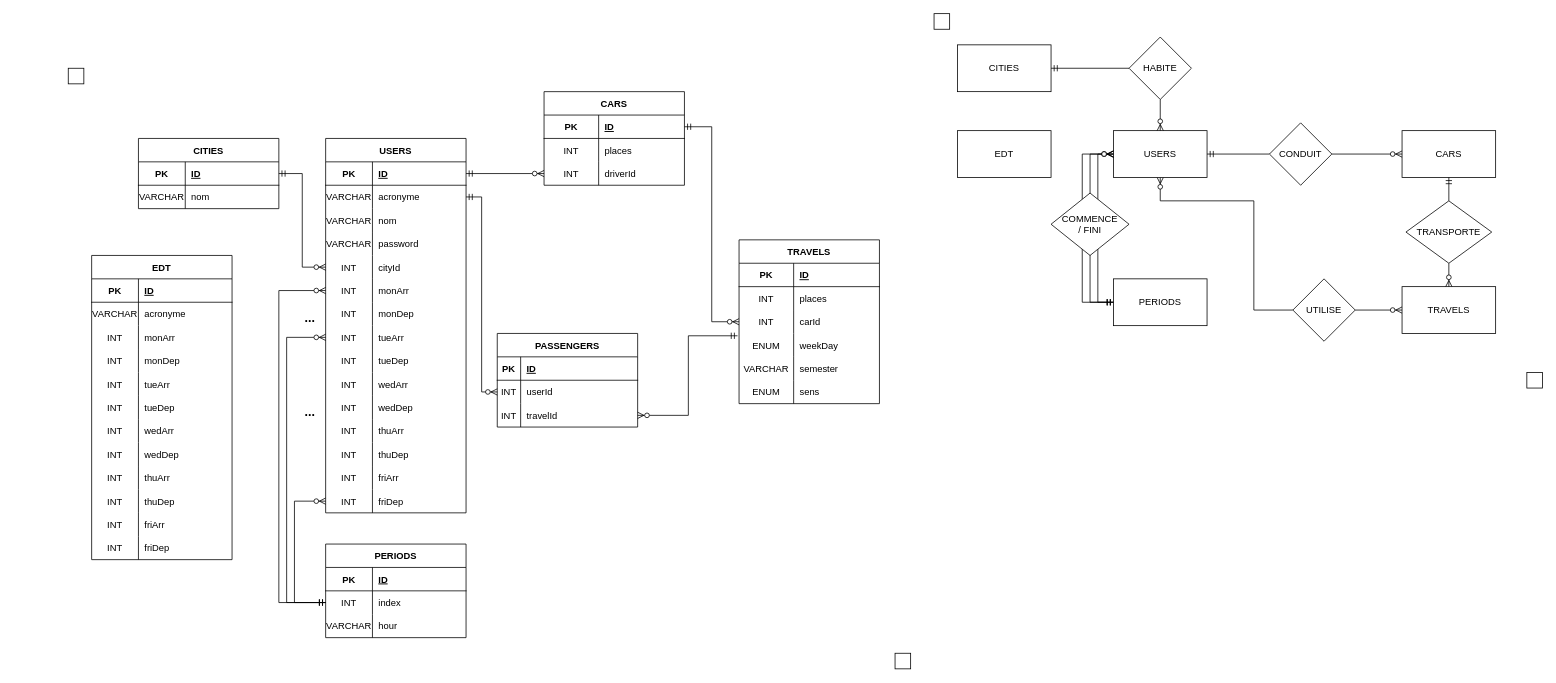
This is Documents/mld.drawio from Jerome-JJT/CPNVoiturage, a draw.io file, before an edit. Source tidied: cells renumbered, new cells numbered last; positions are measured from the earlier drawing's top-left corner, leaving out a move shared by most shapes. Both pictures are drawn from the tidied source at 78%, with x=0, y=0 at pixel (68, 13).
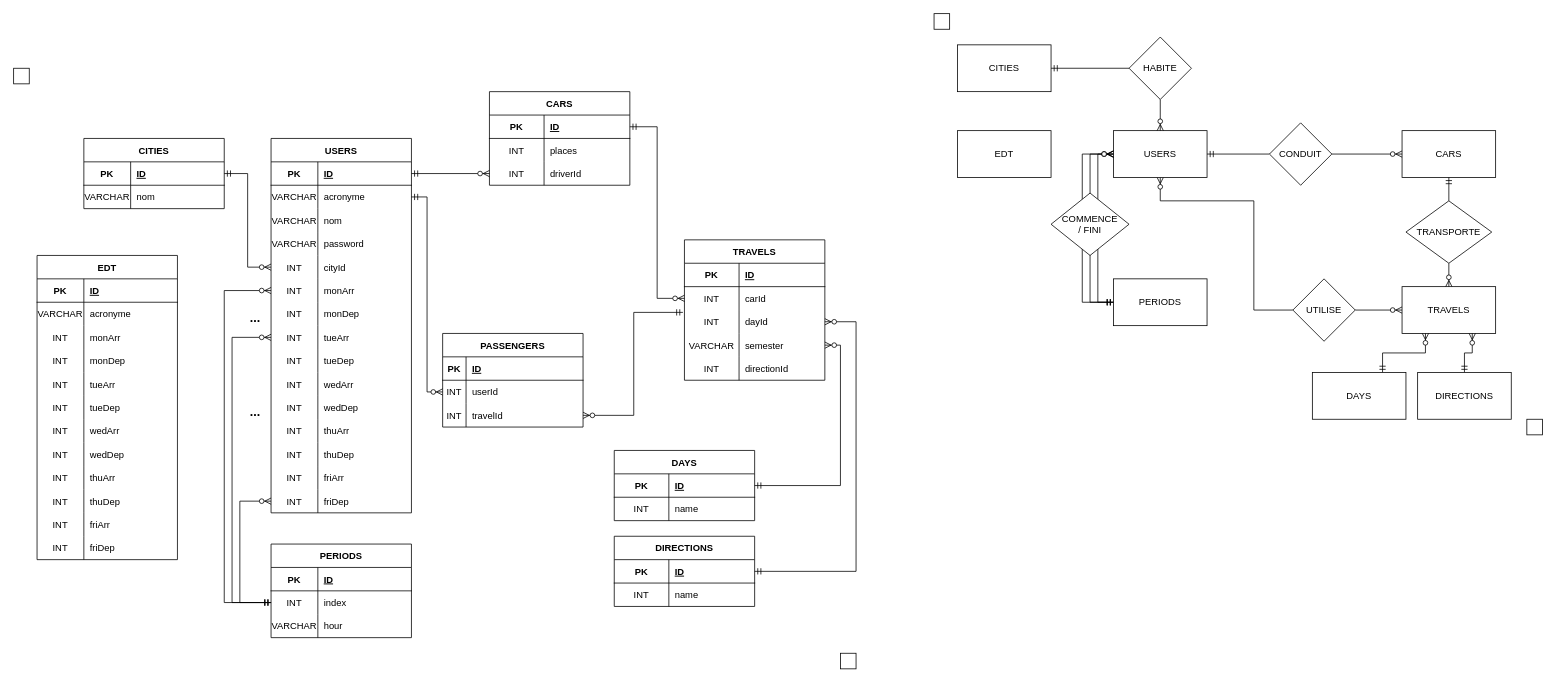
The same diagram, later.

Unchanged cells that the change refers to:
```xml
<mxCell id="47" style="shape=partialRectangle;fillColor=none;top=0;left=0;bottom=0;right=0;points=[[0,0.5],[1,0.5]];portConstraint=eastwest;" parent="31" vertex="1">
  <mxGeometry y="180" width="180" height="30" as="geometry" />
</mxCell>
<mxCell id="53" style="shape=partialRectangle;fillColor=none;top=0;left=0;bottom=0;right=0;points=[[0,0.5],[1,0.5]];portConstraint=eastwest;" parent="31" vertex="1">
  <mxGeometry y="240" width="180" height="30" as="geometry" />
</mxCell>
<mxCell id="74" style="shape=partialRectangle;fillColor=none;top=0;left=0;bottom=0;right=0;points=[[0,0.5],[1,0.5]];portConstraint=eastwest;" parent="31" vertex="1">
  <mxGeometry y="450" width="180" height="30" as="geometry" />
</mxCell>
<mxCell id="96" value="TRAVELS" style="rounded=0;whiteSpace=wrap;html=1;" parent="1" vertex="1">
  <mxGeometry x="1710" y="350" width="120" height="60" as="geometry" />
</mxCell>
<mxCell id="158" style="shape=partialRectangle;fillColor=none;top=0;left=0;bottom=0;right=0;points=[[0,0.5],[1,0.5]];portConstraint=eastwest;" parent="154" vertex="1">
  <mxGeometry y="60" width="180" height="30" as="geometry" />
</mxCell>
```

Diff of the diagram source:
```diff
@@
     <mxCell id="2" value="TRAVELS" style="shape=table;startSize=30;childLayout=tableLayout;rowLines=0;fontStyle=1;align=center;" parent="1" vertex="1">
-      <mxGeometry x="860" y="290" width="180" height="210" as="geometry" />
+      <mxGeometry x="790" y="290" width="180" height="180" as="geometry" />
     </mxCell>
@@
-    <mxCell id="6" style="shape=partialRectangle;fillColor=none;top=0;left=0;bottom=0;right=0;" parent="2" vertex="1">
-      <mxGeometry y="60" width="180" height="30" as="geometry" />
-    </mxCell>
-    <mxCell id="7" value="INT" style="shape=partialRectangle;fillColor=none;top=0;left=0;bottom=0;right=0;overflow=hidden;" parent="6" vertex="1">
-      <mxGeometry width="70" height="30" as="geometry" />
-    </mxCell>
-    <mxCell id="8" value="places" style="shape=partialRectangle;fillColor=none;top=0;left=0;bottom=0;right=0;align=left;spacingLeft=6;overflow=hidden;" parent="6" vertex="1">
-      <mxGeometry x="70" width="110" height="30" as="geometry" />
-    </mxCell>
     <mxCell id="9" style="shape=partialRectangle;fillColor=none;top=0;left=0;bottom=0;right=0;points=[[0,0.5],[1,0.5]];portConstraint=eastwest;" parent="2" vertex="1">
-      <mxGeometry y="90" width="180" height="30" as="geometry" />
+      <mxGeometry y="60" width="180" height="30" as="geometry" />
     </mxCell>
@@
     <mxCell id="12" style="shape=partialRectangle;fillColor=none;top=0;left=0;bottom=0;right=0;points=[[0,0.5],[1,0.5]];portConstraint=eastwest;" parent="2" vertex="1">
-      <mxGeometry y="120" width="180" height="30" as="geometry" />
+      <mxGeometry y="90" width="180" height="30" as="geometry" />
     </mxCell>
-    <mxCell id="13" value="ENUM" style="shape=partialRectangle;fillColor=none;top=0;left=0;bottom=0;right=0;overflow=hidden;" parent="12" vertex="1">
+    <mxCell id="13" value="INT" style="shape=partialRectangle;fillColor=none;top=0;left=0;bottom=0;right=0;overflow=hidden;" parent="12" vertex="1">
       <mxGeometry width="70" height="30" as="geometry" />
     </mxCell>
-    <mxCell id="14" value="weekDay" style="shape=partialRectangle;fillColor=none;top=0;left=0;bottom=0;right=0;align=left;spacingLeft=6;overflow=hidden;" parent="12" vertex="1">
+    <mxCell id="14" value="dayId" style="shape=partialRectangle;fillColor=none;top=0;left=0;bottom=0;right=0;align=left;spacingLeft=6;overflow=hidden;" parent="12" vertex="1">
       <mxGeometry x="70" width="110" height="30" as="geometry" />
     </mxCell>
     <mxCell id="15" style="shape=partialRectangle;fillColor=none;top=0;left=0;bottom=0;right=0;points=[[0,0.5],[1,0.5]];portConstraint=eastwest;" parent="2" vertex="1">
-      <mxGeometry y="150" width="180" height="30" as="geometry" />
+      <mxGeometry y="120" width="180" height="30" as="geometry" />
     </mxCell>
@@
     <mxCell id="18" style="shape=partialRectangle;fillColor=none;top=0;left=0;bottom=0;right=0;" parent="2" vertex="1">
-      <mxGeometry y="180" width="180" height="30" as="geometry" />
+      <mxGeometry y="150" width="180" height="30" as="geometry" />
     </mxCell>
-    <mxCell id="19" value="ENUM" style="shape=partialRectangle;fillColor=none;top=0;left=0;bottom=0;right=0;overflow=hidden;" parent="18" vertex="1">
+    <mxCell id="19" value="INT" style="shape=partialRectangle;fillColor=none;top=0;left=0;bottom=0;right=0;overflow=hidden;" parent="18" vertex="1">
       <mxGeometry width="70" height="30" as="geometry" />
     </mxCell>
-    <mxCell id="20" value="sens" style="shape=partialRectangle;fillColor=none;top=0;left=0;bottom=0;right=0;align=left;spacingLeft=6;overflow=hidden;" parent="18" vertex="1">
+    <mxCell id="20" value="directionId" style="shape=partialRectangle;fillColor=none;top=0;left=0;bottom=0;right=0;align=left;spacingLeft=6;overflow=hidden;" parent="18" vertex="1">
       <mxGeometry x="70" width="110" height="30" as="geometry" />
     </mxCell>
     <mxCell id="21" value="PASSENGERS" style="shape=table;startSize=30;childLayout=tableLayout;rowLines=0;fontStyle=1;align=center;" parent="1" vertex="1">
-      <mxGeometry x="550" y="410" width="180" height="120" as="geometry" />
+      <mxGeometry x="480" y="410" width="180" height="120" as="geometry" />
     </mxCell>
@@
     <mxCell id="31" value="USERS" style="shape=table;startSize=30;childLayout=tableLayout;rowLines=0;fontStyle=1;align=center;" parent="1" vertex="1">
-      <mxGeometry x="330" y="160" width="180" height="480" as="geometry" />
+      <mxGeometry x="260" y="160" width="180" height="480" as="geometry" />
     </mxCell>
@@
     <mxCell id="85" value="CARS" style="shape=table;startSize=30;childLayout=tableLayout;rowLines=0;fontStyle=1;align=center;" parent="1" vertex="1">
-      <mxGeometry x="610" y="100" width="180" height="120" as="geometry" />
+      <mxGeometry x="540" y="100" width="180" height="120" as="geometry" />
     </mxCell>
@@
     <mxCell id="104" style="rounded=0;whiteSpace=wrap;html=1;" parent="1" vertex="1">
-      <mxGeometry y="70" width="20" height="20" as="geometry" />
+      <mxGeometry x="-70" y="70" width="20" height="20" as="geometry" />
     </mxCell>
     <mxCell id="105" style="rounded=0;whiteSpace=wrap;html=1;" parent="1" vertex="1">
-      <mxGeometry x="1060" y="820" width="20" height="20" as="geometry" />
+      <mxGeometry x="990" y="820" width="20" height="20" as="geometry" />
     </mxCell>
     <mxCell id="106" style="rounded=0;whiteSpace=wrap;html=1;" parent="1" vertex="1">
-      <mxGeometry x="1870" y="460" width="20" height="20" as="geometry" />
+      <mxGeometry x="1870" y="520" width="20" height="20" as="geometry" />
     </mxCell>
@@
     <mxCell id="109" value="CITIES" style="shape=table;startSize=30;childLayout=tableLayout;rowLines=0;fontStyle=1;align=center;" parent="1" vertex="1">
-      <mxGeometry x="90" y="160" width="180" height="90" as="geometry" />
+      <mxGeometry x="20" y="160" width="180" height="90" as="geometry" />
     </mxCell>
@@
     <mxCell id="117" value="EDT" style="shape=table;startSize=30;childLayout=tableLayout;rowLines=0;fontStyle=1;align=center;" parent="1" vertex="1">
-      <mxGeometry x="30" y="310" width="180" height="390" as="geometry" />
+      <mxGeometry x="-40" y="310" width="180" height="390" as="geometry" />
     </mxCell>
@@
     <mxCell id="154" value="PERIODS" style="shape=table;startSize=30;childLayout=tableLayout;rowLines=0;fontStyle=1;align=center;" parent="1" vertex="1">
-      <mxGeometry x="330" y="680" width="180" height="120" as="geometry" />
+      <mxGeometry x="260" y="680" width="180" height="120" as="geometry" />
     </mxCell>
@@
     <mxCell id="164" style="edgeStyle=orthogonalEdgeStyle;rounded=0;jettySize=auto;html=1;exitX=0;exitY=0.5;exitDx=0;exitDy=0;entryX=0;entryY=0.5;entryDx=0;entryDy=0;startArrow=ERmandOne;startFill=0;endArrow=ERzeroToMany;endFill=1;" parent="1" edge="1" source="158" target="47">
       <mxGeometry relative="1" as="geometry">
         <Array as="points">
-          <mxPoint x="270" y="755" />
-          <mxPoint x="270" y="355" />
+          <mxPoint x="200" y="755" />
+          <mxPoint x="200" y="355" />
         </Array>
       </mxGeometry>
     </mxCell>
     <mxCell id="165" style="edgeStyle=orthogonalEdgeStyle;rounded=0;jettySize=auto;html=1;exitX=0;exitY=0.5;exitDx=0;exitDy=0;entryX=0;entryY=0.5;entryDx=0;entryDy=0;startArrow=ERmandOne;startFill=0;endArrow=ERzeroToMany;endFill=1;" parent="1" edge="1" source="158" target="53">
       <mxGeometry relative="1" as="geometry">
         <Array as="points">
-          <mxPoint x="280" y="755" />
-          <mxPoint x="280" y="415" />
+          <mxPoint x="210" y="755" />
+          <mxPoint x="210" y="415" />
         </Array>
       </mxGeometry>
     </mxCell>
     <mxCell id="166" style="edgeStyle=orthogonalEdgeStyle;rounded=0;jettySize=auto;html=1;exitX=0;exitY=0.5;exitDx=0;exitDy=0;entryX=0;entryY=0.5;entryDx=0;entryDy=0;startArrow=ERmandOne;startFill=0;endArrow=ERzeroToMany;endFill=1;" parent="1" edge="1" source="158" target="74">
       <mxGeometry relative="1" as="geometry">
         <Array as="points">
-          <mxPoint x="290" y="755" />
-          <mxPoint x="290" y="625" />
+          <mxPoint x="220" y="755" />
+          <mxPoint x="220" y="625" />
         </Array>
       </mxGeometry>
     </mxCell>
     <mxCell id="167" value="&lt;b&gt;&lt;font style=&quot;font-size: 16px&quot;&gt;...&lt;/font&gt;&lt;/b&gt;" style="text;html=1;strokeColor=none;fillColor=none;align=center;verticalAlign=middle;whiteSpace=wrap;rounded=0;" parent="1" vertex="1">
-      <mxGeometry x="290" y="500" width="40" height="20" as="geometry" />
+      <mxGeometry x="220" y="500" width="40" height="20" as="geometry" />
     </mxCell>
     <mxCell id="168" value="&lt;b&gt;&lt;font style=&quot;font-size: 16px&quot;&gt;...&lt;/font&gt;&lt;/b&gt;" style="text;html=1;strokeColor=none;fillColor=none;align=center;verticalAlign=middle;whiteSpace=wrap;rounded=0;" parent="1" vertex="1">
-      <mxGeometry x="290" y="380" width="40" height="20" as="geometry" />
+      <mxGeometry x="220" y="380" width="40" height="20" as="geometry" />
     </mxCell>
@@
+    <mxCell id="177" value="DAYS" style="shape=table;startSize=30;childLayout=tableLayout;rowLines=0;fontStyle=1;align=center;" parent="1" vertex="1">
+      <mxGeometry x="700" y="560" width="180" height="90" as="geometry" />
+    </mxCell>
+    <mxCell id="178" style="shape=partialRectangle;fillColor=none;top=0;left=0;bottom=1;right=0;points=[[0,0.5],[1,0.5]];portConstraint=eastwest;" parent="177" vertex="1">
+      <mxGeometry y="30" width="180" height="30" as="geometry" />
+    </mxCell>
+    <mxCell id="179" value="PK" style="shape=partialRectangle;fillColor=none;top=0;left=0;bottom=0;right=0;fontStyle=1;overflow=hidden;" parent="178" vertex="1">
+      <mxGeometry width="70" height="30" as="geometry" />
+    </mxCell>
+    <mxCell id="180" value="ID" style="shape=partialRectangle;fillColor=none;top=0;left=0;bottom=0;right=0;align=left;spacingLeft=6;fontStyle=5;overflow=hidden;" parent="178" vertex="1">
+      <mxGeometry x="70" width="110" height="30" as="geometry" />
+    </mxCell>
+    <mxCell id="181" style="shape=partialRectangle;fillColor=none;top=0;left=0;bottom=0;right=0;" parent="177" vertex="1">
+      <mxGeometry y="60" width="180" height="30" as="geometry" />
+    </mxCell>
+    <mxCell id="182" value="INT" style="shape=partialRectangle;fillColor=none;top=0;left=0;bottom=0;right=0;overflow=hidden;" parent="181" vertex="1">
+      <mxGeometry width="70" height="30" as="geometry" />
+    </mxCell>
+    <mxCell id="183" value="name" style="shape=partialRectangle;fillColor=none;top=0;left=0;bottom=0;right=0;align=left;spacingLeft=6;overflow=hidden;" parent="181" vertex="1">
+      <mxGeometry x="70" width="110" height="30" as="geometry" />
+    </mxCell>
+    <mxCell id="184" value="DIRECTIONS" style="shape=table;startSize=30;childLayout=tableLayout;rowLines=0;fontStyle=1;align=center;" parent="1" vertex="1">
+      <mxGeometry x="700" y="670" width="180" height="90" as="geometry" />
+    </mxCell>
+    <mxCell id="185" style="shape=partialRectangle;fillColor=none;top=0;left=0;bottom=1;right=0;points=[[0,0.5],[1,0.5]];portConstraint=eastwest;" parent="184" vertex="1">
+      <mxGeometry y="30" width="180" height="30" as="geometry" />
+    </mxCell>
+    <mxCell id="186" value="PK" style="shape=partialRectangle;fillColor=none;top=0;left=0;bottom=0;right=0;fontStyle=1;overflow=hidden;" parent="185" vertex="1">
+      <mxGeometry width="70" height="30" as="geometry" />
+    </mxCell>
+    <mxCell id="187" value="ID" style="shape=partialRectangle;fillColor=none;top=0;left=0;bottom=0;right=0;align=left;spacingLeft=6;fontStyle=5;overflow=hidden;" parent="185" vertex="1">
+      <mxGeometry x="70" width="110" height="30" as="geometry" />
+    </mxCell>
+    <mxCell id="188" style="shape=partialRectangle;fillColor=none;top=0;left=0;bottom=0;right=0;" parent="184" vertex="1">
+      <mxGeometry y="60" width="180" height="30" as="geometry" />
+    </mxCell>
+    <mxCell id="189" value="INT" style="shape=partialRectangle;fillColor=none;top=0;left=0;bottom=0;right=0;overflow=hidden;" parent="188" vertex="1">
+      <mxGeometry width="70" height="30" as="geometry" />
+    </mxCell>
+    <mxCell id="190" value="name" style="shape=partialRectangle;fillColor=none;top=0;left=0;bottom=0;right=0;align=left;spacingLeft=6;overflow=hidden;" parent="188" vertex="1">
+      <mxGeometry x="70" width="110" height="30" as="geometry" />
+    </mxCell>
+    <mxCell id="191" style="edgeStyle=orthogonalEdgeStyle;rounded=0;jettySize=auto;html=1;exitX=1;exitY=0.5;exitDx=0;exitDy=0;entryX=1;entryY=0.5;entryDx=0;entryDy=0;startArrow=ERmandOne;startFill=0;endArrow=ERzeroToMany;endFill=1;" parent="1" edge="1" source="178" target="15">
+      <mxGeometry relative="1" as="geometry" />
+    </mxCell>
+    <mxCell id="192" style="edgeStyle=orthogonalEdgeStyle;rounded=0;jettySize=auto;html=1;exitX=1;exitY=0.5;exitDx=0;exitDy=0;entryX=1;entryY=0.5;entryDx=0;entryDy=0;startArrow=ERmandOne;startFill=0;endArrow=ERzeroToMany;endFill=1;" parent="1" edge="1" source="185" target="12">
+      <mxGeometry relative="1" as="geometry">
+        <Array as="points">
+          <mxPoint x="1010" y="715" />
+          <mxPoint x="1010" y="395" />
+        </Array>
+      </mxGeometry>
+    </mxCell>
+    <mxCell id="193" style="edgeStyle=orthogonalEdgeStyle;rounded=0;jettySize=auto;html=1;exitX=0.75;exitY=0;exitDx=0;exitDy=0;entryX=0.25;entryY=1;entryDx=0;entryDy=0;startArrow=ERmandOne;startFill=0;endArrow=ERzeroToMany;endFill=1;" parent="1" edge="1" source="194" target="96">
+      <mxGeometry relative="1" as="geometry" />
+    </mxCell>
+    <mxCell id="194" value="DAYS" style="rounded=0;whiteSpace=wrap;html=1;" parent="1" vertex="1">
+      <mxGeometry x="1595" y="460" width="120" height="60" as="geometry" />
+    </mxCell>
+    <mxCell id="195" style="edgeStyle=orthogonalEdgeStyle;rounded=0;jettySize=auto;html=1;exitX=0.5;exitY=0;exitDx=0;exitDy=0;entryX=0.75;entryY=1;entryDx=0;entryDy=0;startArrow=ERmandOne;startFill=0;endArrow=ERzeroToMany;endFill=1;" parent="1" edge="1" source="196" target="96">
+      <mxGeometry relative="1" as="geometry" />
+    </mxCell>
+    <mxCell id="196" value="DIRECTIONS" style="rounded=0;whiteSpace=wrap;html=1;" parent="1" vertex="1">
+      <mxGeometry x="1730" y="460" width="120" height="60" as="geometry" />
+    </mxCell>
```
